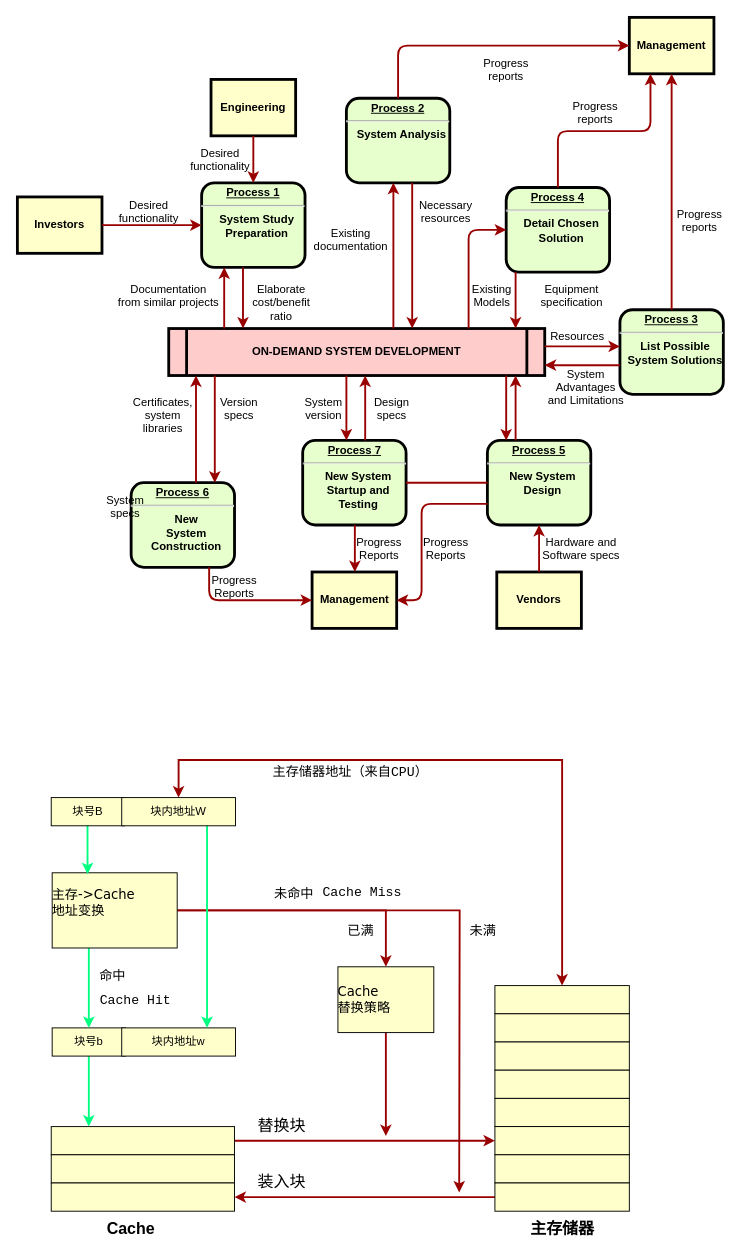
Earlier version of the draw.io diagram Untitled Diagram.drawio (zjh6607476/drawing). Source tidied: cells renumbered, new cells numbered last; positions are measured from the earlier drawing's top-left corner, leaving out a move shared by most shapes. Both pictures are drawn from the tidied source at 94%, with x=0, y=0 at pixel (17, 17).
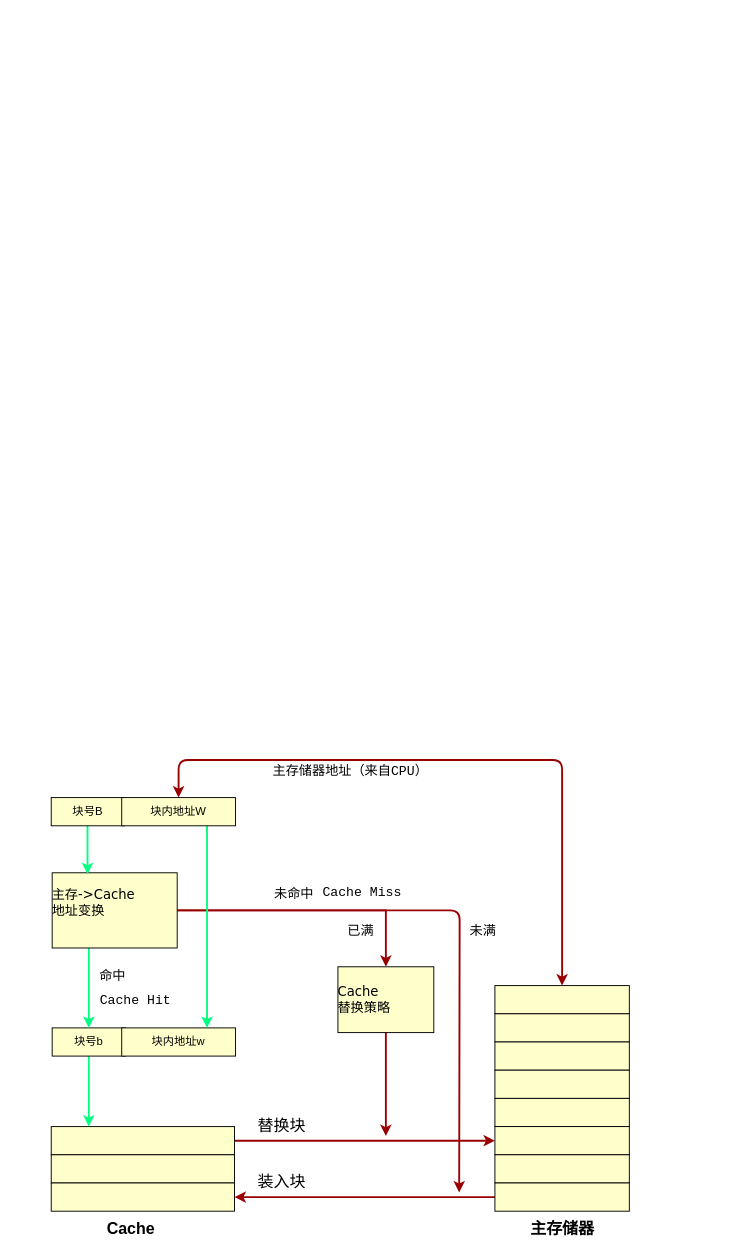
The same page after the edit.

Unchanged cells that the change refers to:
```xml
<mxCell id="66" style="align=center;verticalAlign=middle;fontStyle=1;strokeWidth=1;fillColor=#FFFFCC;spacing=0;whiteSpace=wrap;" parent="1" vertex="1">
  <mxGeometry x="508" y="1030" width="143" height="30" as="geometry" />
</mxCell>
<mxCell id="85" value="主存-&gt;Cache&#10;地址变换&#10;" style="align=left;verticalAlign=middle;fontStyle=0;strokeWidth=1;fillColor=#FFFFCC;spacing=0;whiteSpace=wrap;horizontal=1;fontSize=14;fontFamily=Verdana;" parent="1" vertex="1">
  <mxGeometry x="37" y="910" width="133" height="80" as="geometry" />
</mxCell>
<mxCell id="90" value="块内地址W" style="align=center;verticalAlign=middle;fontStyle=0;strokeWidth=1;fillColor=#FFFFCC;spacing=0;whiteSpace=wrap;" parent="1" vertex="1">
  <mxGeometry x="111" y="830" width="121" height="30" as="geometry" />
</mxCell>
```

What changed in the source:
```diff
@@
-    <mxCell id="2" value="&lt;p style=&quot;margin: 0px; margin-top: 4px; text-align: center; text-decoration: underline;&quot;&gt;&lt;strong&gt;Process 1&lt;br /&gt;&lt;/strong&gt;&lt;/p&gt;&lt;hr /&gt;&lt;p style=&quot;margin: 0px; margin-left: 8px;&quot;&gt;System Study&lt;/p&gt;&lt;p style=&quot;margin: 0px; margin-left: 8px;&quot;&gt;Preparation&lt;/p&gt;" style="verticalAlign=middle;align=center;overflow=fill;fontSize=12;fontFamily=Helvetica;html=1;rounded=1;fontStyle=1;strokeWidth=3;fillColor=#E6FFCC;" parent="1" vertex="1">
-      <mxGeometry x="196" y="176" width="110" height="90" as="geometry" />
-    </mxCell>
-    <mxCell id="3" value="Engineering" style="whiteSpace=wrap;align=center;verticalAlign=middle;fontStyle=1;strokeWidth=3;fillColor=#FFFFCC;" parent="1" vertex="1">
-      <mxGeometry x="206" y="66" width="90" height="60" as="geometry" />
-    </mxCell>
-    <mxCell id="4" value="Investors" style="whiteSpace=wrap;align=center;verticalAlign=middle;fontStyle=1;strokeWidth=3;fillColor=#FFFFCC;" parent="1" vertex="1">
-      <mxGeometry y="191" width="90" height="60" as="geometry" />
-    </mxCell>
-    <mxCell id="5" value="ON-DEMAND SYSTEM DEVELOPMENT" style="shape=process;whiteSpace=wrap;align=center;verticalAlign=middle;size=0.0475;fontStyle=1;strokeWidth=3;fillColor=#FFCCCC;" parent="1" vertex="1">
-      <mxGeometry x="161" y="331" width="400" height="50" as="geometry" />
-    </mxCell>
-    <mxCell id="6" value="&lt;p style=&quot;margin: 0px; margin-top: 4px; text-align: center; text-decoration: underline;&quot;&gt;&lt;strong&gt;Process 2&lt;br /&gt;&lt;/strong&gt;&lt;/p&gt;&lt;hr /&gt;&lt;p style=&quot;margin: 0px; margin-left: 8px;&quot;&gt;System Analysis&lt;/p&gt;" style="verticalAlign=middle;align=center;overflow=fill;fontSize=12;fontFamily=Helvetica;html=1;rounded=1;fontStyle=1;strokeWidth=3;fillColor=#E6FFCC;" parent="1" vertex="1">
-      <mxGeometry x="350" y="86" width="110" height="90" as="geometry" />
-    </mxCell>
-    <mxCell id="7" value="&lt;p style=&quot;margin: 0px; margin-top: 4px; text-align: center; text-decoration: underline;&quot;&gt;&lt;strong&gt;&lt;strong&gt;Process&lt;/strong&gt; 3&lt;br /&gt;&lt;/strong&gt;&lt;/p&gt;&lt;hr /&gt;&lt;p style=&quot;margin: 0px; margin-left: 8px;&quot;&gt;List Possible&lt;/p&gt;&lt;p style=&quot;margin: 0px; margin-left: 8px;&quot;&gt;System Solutions&lt;/p&gt;" style="verticalAlign=middle;align=center;overflow=fill;fontSize=12;fontFamily=Helvetica;html=1;rounded=1;fontStyle=1;strokeWidth=3;fillColor=#E6FFCC;" parent="1" vertex="1">
-      <mxGeometry x="641" y="311" width="110" height="90" as="geometry" />
-    </mxCell>
-    <mxCell id="8" value="&lt;p style=&quot;margin: 0px; margin-top: 4px; text-align: center; text-decoration: underline;&quot;&gt;&lt;strong&gt;&lt;strong&gt;Process&lt;/strong&gt; 4&lt;br /&gt;&lt;/strong&gt;&lt;/p&gt;&lt;hr /&gt;&lt;p style=&quot;margin: 0px; margin-left: 8px;&quot;&gt;Detail Chosen&lt;/p&gt;&lt;p style=&quot;margin: 0px; margin-left: 8px;&quot;&gt;Solution&lt;/p&gt;" style="verticalAlign=middle;align=center;overflow=fill;fontSize=12;fontFamily=Helvetica;html=1;rounded=1;fontStyle=1;strokeWidth=3;fillColor=#E6FFCC;" parent="1" vertex="1">
-      <mxGeometry x="520" y="181" width="110" height="90" as="geometry" />
-    </mxCell>
-    <mxCell id="9" value="&lt;p style=&quot;margin: 0px; margin-top: 4px; text-align: center; text-decoration: underline;&quot;&gt;&lt;strong&gt;&lt;strong&gt;Process&lt;/strong&gt; 5&lt;br /&gt;&lt;/strong&gt;&lt;/p&gt;&lt;hr /&gt;&lt;p style=&quot;margin: 0px; margin-left: 8px;&quot;&gt;New System&lt;/p&gt;&lt;p style=&quot;margin: 0px; margin-left: 8px;&quot;&gt;Design&lt;/p&gt;" style="verticalAlign=middle;align=center;overflow=fill;fontSize=12;fontFamily=Helvetica;html=1;rounded=1;fontStyle=1;strokeWidth=3;fillColor=#E6FFCC;" parent="1" vertex="1">
-      <mxGeometry x="500" y="450" width="110" height="90" as="geometry" />
-    </mxCell>
-    <mxCell id="10" value="&lt;p style=&quot;margin: 0px; margin-top: 4px; text-align: center; text-decoration: underline;&quot;&gt;&lt;strong&gt;&lt;strong&gt;Process&lt;/strong&gt; 6&lt;br /&gt;&lt;/strong&gt;&lt;/p&gt;&lt;hr /&gt;&lt;p style=&quot;margin: 0px; margin-left: 8px;&quot;&gt;New&lt;/p&gt;&lt;p style=&quot;margin: 0px; margin-left: 8px;&quot;&gt;System&lt;/p&gt;&lt;p style=&quot;margin: 0px; margin-left: 8px;&quot;&gt;Construction&lt;/p&gt;" style="verticalAlign=middle;align=center;overflow=fill;fontSize=12;fontFamily=Helvetica;html=1;rounded=1;fontStyle=1;strokeWidth=3;fillColor=#E6FFCC;" parent="1" vertex="1">
-      <mxGeometry x="121" y="495" width="110" height="90" as="geometry" />
-    </mxCell>
-    <mxCell id="11" value="Management" style="whiteSpace=wrap;align=center;verticalAlign=middle;fontStyle=1;strokeWidth=3;fillColor=#FFFFCC;" parent="1" vertex="1">
-      <mxGeometry x="651" width="90" height="60" as="geometry" />
-    </mxCell>
-    <mxCell id="12" value="Management" style="whiteSpace=wrap;align=center;verticalAlign=middle;fontStyle=1;strokeWidth=3;fillColor=#FFFFCC;" parent="1" vertex="1">
-      <mxGeometry x="313.5" y="590" width="90" height="60" as="geometry" />
-    </mxCell>
@@
-    <mxCell id="15" value="Vendors" style="whiteSpace=wrap;align=center;verticalAlign=middle;fontStyle=1;strokeWidth=3;fillColor=#FFFFCC;" parent="1" vertex="1">
-      <mxGeometry x="510" y="590" width="90" height="60" as="geometry" />
-    </mxCell>
-    <mxCell id="16" style="edgeStyle=none;noEdgeStyle=1;strokeColor=#990000;strokeWidth=2;" parent="1" edge="1" source="3" target="2">
-      <mxGeometry relative="1" as="geometry" />
-    </mxCell>
-    <mxCell id="17" style="edgeStyle=none;noEdgeStyle=1;strokeColor=#990000;strokeWidth=2;" parent="1" edge="1" source="4" target="2">
-      <mxGeometry relative="1" as="geometry" />
-    </mxCell>
-    <mxCell id="18" value="&lt;p style=&quot;margin: 0px; margin-top: 4px; text-align: center; text-decoration: underline;&quot;&gt;&lt;strong&gt;&lt;strong&gt;Process&lt;/strong&gt; 7&lt;br /&gt;&lt;/strong&gt;&lt;/p&gt;&lt;hr /&gt;&lt;p style=&quot;margin: 0px; margin-left: 8px;&quot;&gt;New System&lt;/p&gt;&lt;p style=&quot;margin: 0px; margin-left: 8px;&quot;&gt;Startup and&lt;/p&gt;&lt;p style=&quot;margin: 0px; margin-left: 8px;&quot;&gt;Testing&lt;/p&gt;" style="verticalAlign=middle;align=center;overflow=fill;fontSize=12;fontFamily=Helvetica;html=1;rounded=1;fontStyle=1;strokeWidth=3;fillColor=#E6FFCC;" parent="1" vertex="1">
-      <mxGeometry x="303.5" y="450" width="110" height="90" as="geometry" />
-    </mxCell>
-    <mxCell id="19" style="endArrow=none;noEdgeStyle=1;strokeColor=#990000;strokeWidth=2;" parent="1" edge="1" source="9" target="18">
-      <mxGeometry relative="1" as="geometry" />
-    </mxCell>
-    <mxCell id="20" value="Desired &#10;functionality" style="text;spacingTop=-5;align=center;" parent="1" vertex="1">
-      <mxGeometry x="125" y="191" width="30" height="20" as="geometry" />
-    </mxCell>
-    <mxCell id="21" value="Desired &#10;functionality" style="text;spacingTop=-5;align=center;" parent="1" vertex="1">
-      <mxGeometry x="201" y="136" width="30" height="20" as="geometry" />
-    </mxCell>
-    <mxCell id="22" value="Documentation&#10;from similar projects" style="text;spacingTop=-5;align=center;" parent="1" vertex="1">
-      <mxGeometry x="146" y="281" width="30" height="20" as="geometry" />
-    </mxCell>
-    <mxCell id="23" style="edgeStyle=elbowEdgeStyle;elbow=horizontal;strokeColor=#990000;strokeWidth=2;" parent="1" edge="1" source="5" target="2">
-      <mxGeometry relative="1" as="geometry">
-        <Array as="points">
-          <mxPoint x="220" y="310" />
-        </Array>
-      </mxGeometry>
-    </mxCell>
-    <mxCell id="24" style="edgeStyle=elbowEdgeStyle;elbow=horizontal;strokeColor=#990000;strokeWidth=2;" parent="1" edge="1" source="2" target="5">
-      <mxGeometry relative="1" as="geometry">
-        <Array as="points">
-          <mxPoint x="240" y="300" />
-        </Array>
-      </mxGeometry>
-    </mxCell>
-    <mxCell id="25" value="Elaborate&#10;cost/benefit&#10;ratio" style="text;spacingTop=-5;align=center;" parent="1" vertex="1">
-      <mxGeometry x="266" y="281" width="30" height="20" as="geometry" />
-    </mxCell>
-    <mxCell id="26" style="edgeStyle=elbowEdgeStyle;elbow=horizontal;strokeColor=#990000;strokeWidth=2;" parent="1" edge="1" source="5" target="6">
-      <mxGeometry relative="1" as="geometry">
-        <Array as="points">
-          <mxPoint x="400" y="250" />
-        </Array>
-      </mxGeometry>
-    </mxCell>
-    <mxCell id="27" style="edgeStyle=elbowEdgeStyle;elbow=horizontal;strokeColor=#990000;strokeWidth=2;" parent="1" edge="1" source="6" target="5">
-      <mxGeometry relative="1" as="geometry">
-        <Array as="points">
-          <mxPoint x="420" y="260" />
-        </Array>
-      </mxGeometry>
-    </mxCell>
-    <mxCell id="28" value="Existing&#10;documentation" style="text;spacingTop=-5;align=center;" parent="1" vertex="1">
-      <mxGeometry x="340" y="221" width="30" height="20" as="geometry" />
-    </mxCell>
-    <mxCell id="29" value="Necessary&#10;resources" style="text;spacingTop=-5;align=center;" parent="1" vertex="1">
-      <mxGeometry x="441" y="191" width="30" height="20" as="geometry" />
-    </mxCell>
-    <mxCell id="30" value="Progress&#10;reports" style="text;spacingTop=-5;align=center;" parent="1" vertex="1">
-      <mxGeometry x="505" y="40" width="30" height="20" as="geometry" />
-    </mxCell>
-    <mxCell id="31" value="Progress&#10;reports" style="text;spacingTop=-5;align=center;" parent="1" vertex="1">
-      <mxGeometry x="600" y="86" width="30" height="20" as="geometry" />
-    </mxCell>
-    <mxCell id="32" value="Progress&#10;reports" style="text;spacingTop=-5;align=center;" parent="1" vertex="1">
-      <mxGeometry x="711" y="201" width="30" height="20" as="geometry" />
-    </mxCell>
-    <mxCell id="33" style="edgeStyle=elbowEdgeStyle;elbow=horizontal;strokeColor=#990000;strokeWidth=2;" parent="1" edge="1" source="6" target="11">
-      <mxGeometry relative="1" as="geometry">
-        <Array as="points">
-          <mxPoint x="405" y="80" />
-        </Array>
-      </mxGeometry>
-    </mxCell>
-    <mxCell id="34" style="edgeStyle=elbowEdgeStyle;elbow=vertical;entryX=0.25;entryY=1;strokeColor=#990000;strokeWidth=2;" parent="1" edge="1" source="8" target="11">
-      <mxGeometry relative="1" as="geometry" />
-    </mxCell>
-    <mxCell id="35" style="edgeStyle=elbowEdgeStyle;elbow=horizontal;strokeColor=#990000;strokeWidth=2;" parent="1" edge="1" source="7" target="11">
-      <mxGeometry relative="1" as="geometry" />
-    </mxCell>
-    <mxCell id="36" style="edgeStyle=elbowEdgeStyle;elbow=horizontal;strokeColor=#990000;strokeWidth=2;" parent="1" edge="1" source="8" target="5">
-      <mxGeometry relative="1" as="geometry">
-        <Array as="points">
-          <mxPoint x="530" y="300" />
-        </Array>
-      </mxGeometry>
-    </mxCell>
-    <mxCell id="37" style="edgeStyle=segmentEdgeStyle;strokeColor=#990000;strokeWidth=2;" parent="1" edge="1" source="5" target="8">
-      <mxGeometry relative="1" as="geometry">
-        <Array as="points">
-          <mxPoint x="480" y="226" />
-        </Array>
-      </mxGeometry>
-    </mxCell>
-    <mxCell id="38" value="Existing&#10;Models" style="text;spacingTop=-5;align=center;" parent="1" vertex="1">
-      <mxGeometry x="490" y="281" width="30" height="20" as="geometry" />
-    </mxCell>
-    <mxCell id="39" value="Equipment&#10;specification" style="text;spacingTop=-5;align=center;" parent="1" vertex="1">
-      <mxGeometry x="575" y="281" width="30" height="20" as="geometry" />
-    </mxCell>
-    <mxCell id="40" style="edgeStyle=elbowEdgeStyle;elbow=vertical;strokeColor=#990000;strokeWidth=2;" parent="1" edge="1" source="5" target="7">
-      <mxGeometry relative="1" as="geometry">
-        <Array as="points">
-          <mxPoint x="610" y="350" />
-        </Array>
-      </mxGeometry>
-    </mxCell>
-    <mxCell id="41" style="edgeStyle=elbowEdgeStyle;elbow=vertical;strokeColor=#990000;strokeWidth=2;" parent="1" edge="1" source="7" target="5">
-      <mxGeometry relative="1" as="geometry">
-        <Array as="points">
-          <mxPoint x="610" y="370" />
-        </Array>
-      </mxGeometry>
-    </mxCell>
-    <mxCell id="42" value="Resources" style="text;spacingTop=-5;align=center;" parent="1" vertex="1">
-      <mxGeometry x="581" y="331" width="30" height="20" as="geometry" />
-    </mxCell>
-    <mxCell id="43" value="System &#10;Advantages &#10;and Limitations" style="text;spacingTop=-5;align=center;" parent="1" vertex="1">
-      <mxGeometry x="590" y="371" width="30" height="20" as="geometry" />
-    </mxCell>
-    <mxCell id="44" style="edgeStyle=elbowEdgeStyle;elbow=horizontal;strokeColor=#990000;strokeWidth=2;" parent="1" edge="1" source="9" target="5">
-      <mxGeometry relative="1" as="geometry">
-        <Array as="points">
-          <mxPoint x="530" y="410" />
-        </Array>
-      </mxGeometry>
-    </mxCell>
-    <mxCell id="45" style="edgeStyle=elbowEdgeStyle;elbow=horizontal;strokeColor=#990000;strokeWidth=2;" parent="1" edge="1" source="5" target="9">
-      <mxGeometry relative="1" as="geometry">
-        <Array as="points">
-          <mxPoint x="520" y="420" />
-        </Array>
-      </mxGeometry>
-    </mxCell>
-    <mxCell id="46" style="edgeStyle=elbowEdgeStyle;elbow=horizontal;strokeColor=#990000;strokeWidth=2;" parent="1" edge="1" source="15" target="9">
-      <mxGeometry relative="1" as="geometry" />
-    </mxCell>
-    <mxCell id="47" value="Hardware and&#10;Software specs" style="text;spacingTop=-5;align=center;" parent="1" vertex="1">
-      <mxGeometry x="585" y="550" width="30" height="20" as="geometry" />
-    </mxCell>
-    <mxCell id="48" style="edgeStyle=elbowEdgeStyle;elbow=horizontal;exitX=0;exitY=0.75;strokeColor=#990000;strokeWidth=2;" parent="1" edge="1" source="9" target="12">
-      <mxGeometry relative="1" as="geometry">
-        <Array as="points">
-          <mxPoint x="430" y="570" />
-        </Array>
-      </mxGeometry>
-    </mxCell>
-    <mxCell id="49" value="Progress&#10;Reports" style="text;spacingTop=-5;align=center;" parent="1" vertex="1">
-      <mxGeometry x="441" y="550" width="30" height="20" as="geometry" />
-    </mxCell>
-    <mxCell id="50" style="edgeStyle=elbowEdgeStyle;elbow=horizontal;strokeColor=#990000;strokeWidth=2;" parent="1" edge="1" source="18" target="12">
-      <mxGeometry relative="1" as="geometry" />
-    </mxCell>
-    <mxCell id="51" value="Progress&#10;Reports" style="text;spacingTop=-5;align=center;" parent="1" vertex="1">
-      <mxGeometry x="370" y="550" width="30" height="20" as="geometry" />
-    </mxCell>
-    <mxCell id="52" style="edgeStyle=elbowEdgeStyle;elbow=horizontal;strokeColor=#990000;strokeWidth=2;" parent="1" edge="1" source="10" target="12">
-      <mxGeometry relative="1" as="geometry">
-        <Array as="points">
-          <mxPoint x="204" y="570" />
-        </Array>
-      </mxGeometry>
-    </mxCell>
-    <mxCell id="53" value="Progress&#10;Reports" style="text;spacingTop=-5;align=center;" parent="1" vertex="1">
-      <mxGeometry x="216" y="590" width="30" height="20" as="geometry" />
-    </mxCell>
-    <mxCell id="54" style="edgeStyle=elbowEdgeStyle;elbow=horizontal;strokeColor=#990000;strokeWidth=2;" parent="1" edge="1" source="5" target="18">
-      <mxGeometry relative="1" as="geometry">
-        <Array as="points">
-          <mxPoint x="350" y="410" />
-        </Array>
-      </mxGeometry>
-    </mxCell>
-    <mxCell id="55" style="edgeStyle=elbowEdgeStyle;elbow=horizontal;strokeColor=#990000;strokeWidth=2;" parent="1" edge="1" source="18" target="5">
-      <mxGeometry relative="1" as="geometry">
-        <Array as="points">
-          <mxPoint x="370" y="410" />
-        </Array>
-      </mxGeometry>
-    </mxCell>
-    <mxCell id="56" value="Version&#10;specs" style="text;spacingTop=-5;align=center;" parent="1" vertex="1">
-      <mxGeometry x="221" y="401" width="30" height="20" as="geometry" />
-    </mxCell>
-    <mxCell id="57" value="Certificates,&#10;system&#10;libraries" style="text;spacingTop=-5;align=center;" parent="1" vertex="1">
-      <mxGeometry x="140" y="401" width="30" height="20" as="geometry" />
-    </mxCell>
-    <mxCell id="58" style="edgeStyle=elbowEdgeStyle;elbow=horizontal;strokeColor=#990000;strokeWidth=2;" parent="1" edge="1" source="5" target="10">
-      <mxGeometry relative="1" as="geometry">
-        <Array as="points">
-          <mxPoint x="210" y="410" />
-        </Array>
-      </mxGeometry>
-    </mxCell>
-    <mxCell id="59" style="edgeStyle=elbowEdgeStyle;elbow=horizontal;strokeColor=#990000;strokeWidth=2;" parent="1" edge="1" source="10" target="5">
-      <mxGeometry relative="1" as="geometry">
-        <Array as="points">
-          <mxPoint x="190" y="410" />
-        </Array>
-      </mxGeometry>
-    </mxCell>
-    <mxCell id="60" value="System&#10;specs" style="text;spacingTop=-5;align=center;" parent="1" vertex="1">
-      <mxGeometry x="100" y="505" width="30" height="20" as="geometry" />
-    </mxCell>
-    <mxCell id="61" value="Design&#10;specs" style="text;spacingTop=-5;align=center;" parent="1" vertex="1">
-      <mxGeometry x="383.5" y="401" width="30" height="20" as="geometry" />
-    </mxCell>
-    <mxCell id="62" value="System&#10;version" style="text;spacingTop=-5;align=center;" parent="1" vertex="1">
-      <mxGeometry x="311" y="401" width="30" height="20" as="geometry" />
-    </mxCell>
@@
-    <mxCell id="84" style="edgeStyle=orthogonalEdgeStyle;rounded=0;jettySize=auto;html=1;exitX=1;exitY=0.5;exitDx=0;exitDy=0;startArrow=none;startFill=0;strokeColor=#990000;strokeWidth=2;fontFamily=Courier New;fontSize=14;fontColor=#000000;" parent="1" edge="1" source="85">
+    <mxCell id="84" style="edgeStyle=orthogonalEdgeStyle;rounded=1;jettySize=auto;html=1;exitX=1;exitY=0.5;exitDx=0;exitDy=0;startArrow=none;startFill=0;strokeColor=#990000;strokeWidth=2;fontFamily=Courier New;fontSize=14;fontColor=#000000;" parent="1" edge="1" source="85">
       <mxGeometry relative="1" as="geometry">
         <mxPoint x="470" y="1250" as="targetPoint" />
       </mxGeometry>
     </mxCell>
@@
-    <mxCell id="88" style="edgeStyle=orthogonalEdgeStyle;rounded=0;jettySize=auto;html=1;entryX=0.5;entryY=0;entryDx=0;entryDy=0;strokeColor=#990000;strokeWidth=2;fontFamily=Courier New;fontSize=14;fontColor=#000000;startArrow=classic;startFill=1;" parent="1" edge="1" source="90" target="66">
+    <mxCell id="88" style="edgeStyle=orthogonalEdgeStyle;rounded=1;jettySize=auto;html=1;entryX=0.5;entryY=0;entryDx=0;entryDy=0;strokeColor=#990000;strokeWidth=2;fontFamily=Courier New;fontSize=14;fontColor=#000000;startArrow=classic;startFill=1;" parent="1" edge="1" source="90" target="66">
       <mxGeometry relative="1" as="geometry">
         <Array as="points">
           <mxPoint x="172" y="790" />
           <mxPoint x="580" y="790" />
         </Array>
       </mxGeometry>
     </mxCell>
```
